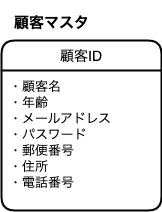
Before: portfolio.drawio.png, a diagram exported from draw.io (june1983/java). Source tidied: cells renumbered, new cells last; positions are measured from the earlier drawing's top-left corner, leaving out a move shared by most shapes.
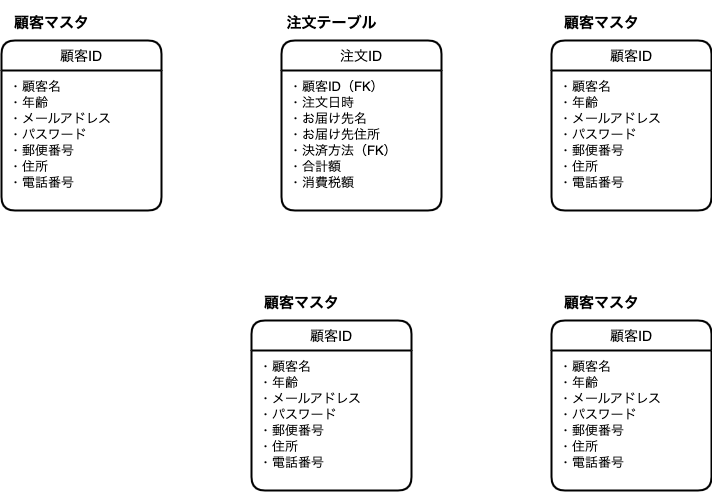
The same file after the commit.

Commit message:
portfolio.drawio.png を更新します

Diff of the diagram source:
```diff
@@ -11,5 +11,41 @@
     <mxCell id="4" value="・顧客名&#10;・年齢&#10;・メールアドレス&#10;・パスワード&#10;・郵便番号&#10;・住所&#10;・電話番号&#10;" style="align=left;strokeColor=none;fillColor=none;spacingLeft=4;fontSize=13;verticalAlign=top;spacing=4;" parent="3" vertex="1">
       <mxGeometry y="30" width="160" height="140" as="geometry" />
     </mxCell>
+    <mxCell id="5" value="&lt;font style=&quot;font-size: 15px&quot;&gt;注文テーブル&lt;/font&gt;" style="text;strokeColor=none;fillColor=none;html=1;fontSize=24;fontStyle=1;verticalAlign=middle;align=center;" parent="1" vertex="1">
+      <mxGeometry x="280" width="100" height="40" as="geometry" />
+    </mxCell>
+    <mxCell id="6" value="注文ID" style="swimlane;horizontal=1;startSize=30;rounded=1;fontSize=14;fontStyle=0;strokeWidth=2;shadow=0;dashed=0;align=center;" parent="1" vertex="1">
+      <mxGeometry x="280" y="40" width="160" height="170" as="geometry" />
+    </mxCell>
+    <mxCell id="7" value="・顧客ID（FK）&#10;・注文日時&#10;・お届け先名&#10;・お届け先住所&#10;・決済方法（FK）&#10;・合計額&#10;・消費税額&#10;" style="align=left;strokeColor=none;fillColor=none;spacingLeft=4;fontSize=13;verticalAlign=top;spacing=4;" parent="6" vertex="1">
+      <mxGeometry y="30" width="160" height="140" as="geometry" />
+    </mxCell>
+    <mxCell id="8" value="&lt;font style=&quot;font-size: 15px&quot;&gt;顧客マスタ&lt;/font&gt;" style="text;strokeColor=none;fillColor=none;html=1;fontSize=24;fontStyle=1;verticalAlign=middle;align=center;" parent="1" vertex="1">
+      <mxGeometry x="550" width="100" height="40" as="geometry" />
+    </mxCell>
+    <mxCell id="9" value="顧客ID" style="swimlane;horizontal=1;startSize=30;rounded=1;fontSize=14;fontStyle=0;strokeWidth=2;shadow=0;dashed=0;align=center;" parent="1" vertex="1">
+      <mxGeometry x="550" y="40" width="160" height="170" as="geometry" />
+    </mxCell>
+    <mxCell id="10" value="・顧客名&#10;・年齢&#10;・メールアドレス&#10;・パスワード&#10;・郵便番号&#10;・住所&#10;・電話番号&#10;" style="align=left;strokeColor=none;fillColor=none;spacingLeft=4;fontSize=13;verticalAlign=top;spacing=4;" parent="9" vertex="1">
+      <mxGeometry y="30" width="160" height="140" as="geometry" />
+    </mxCell>
+    <mxCell id="11" value="&lt;font style=&quot;font-size: 15px&quot;&gt;顧客マスタ&lt;/font&gt;" style="text;strokeColor=none;fillColor=none;html=1;fontSize=24;fontStyle=1;verticalAlign=middle;align=center;" parent="1" vertex="1">
+      <mxGeometry x="250" y="280" width="100" height="40" as="geometry" />
+    </mxCell>
+    <mxCell id="12" value="顧客ID" style="swimlane;horizontal=1;startSize=30;rounded=1;fontSize=14;fontStyle=0;strokeWidth=2;shadow=0;dashed=0;align=center;" parent="1" vertex="1">
+      <mxGeometry x="250" y="320" width="160" height="170" as="geometry" />
+    </mxCell>
+    <mxCell id="13" value="・顧客名&#10;・年齢&#10;・メールアドレス&#10;・パスワード&#10;・郵便番号&#10;・住所&#10;・電話番号&#10;" style="align=left;strokeColor=none;fillColor=none;spacingLeft=4;fontSize=13;verticalAlign=top;spacing=4;" parent="12" vertex="1">
+      <mxGeometry y="30" width="160" height="140" as="geometry" />
+    </mxCell>
+    <mxCell id="14" value="&lt;font style=&quot;font-size: 15px&quot;&gt;顧客マスタ&lt;/font&gt;" style="text;strokeColor=none;fillColor=none;html=1;fontSize=24;fontStyle=1;verticalAlign=middle;align=center;" parent="1" vertex="1">
+      <mxGeometry x="550" y="280" width="100" height="40" as="geometry" />
+    </mxCell>
+    <mxCell id="15" value="顧客ID" style="swimlane;horizontal=1;startSize=30;rounded=1;fontSize=14;fontStyle=0;strokeWidth=2;shadow=0;dashed=0;align=center;" parent="1" vertex="1">
+      <mxGeometry x="550" y="320" width="160" height="170" as="geometry" />
+    </mxCell>
+    <mxCell id="16" value="・顧客名&#10;・年齢&#10;・メールアドレス&#10;・パスワード&#10;・郵便番号&#10;・住所&#10;・電話番号&#10;" style="align=left;strokeColor=none;fillColor=none;spacingLeft=4;fontSize=13;verticalAlign=top;spacing=4;" parent="15" vertex="1">
+      <mxGeometry y="30" width="160" height="140" as="geometry" />
+    </mxCell>
   </root>
 </mxGraphModel>
```
